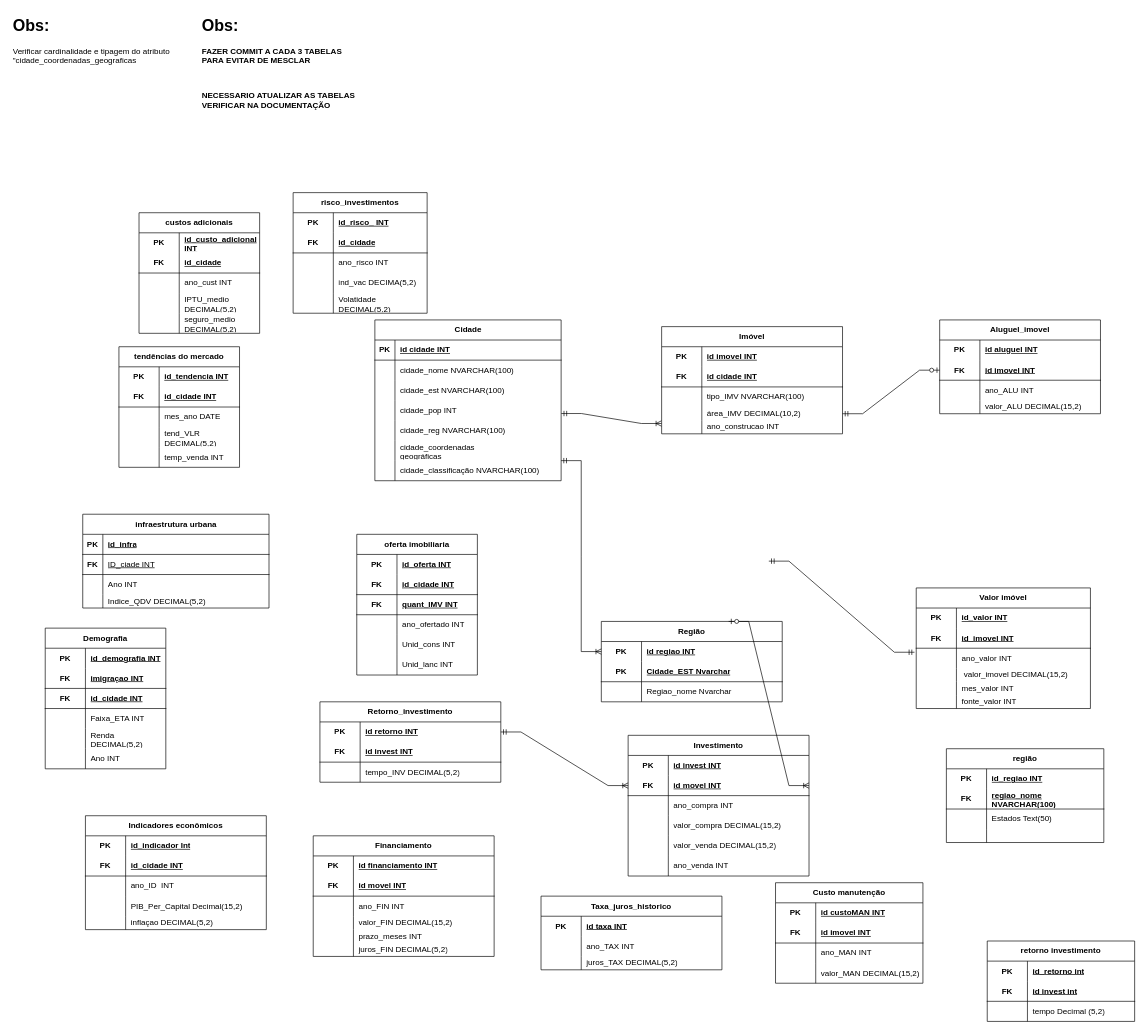
This is GroupBy.drawio from Guilherme22B/Group_by, a draw.io file, before an edit. Source tidied: cells renumbered, new cells numbered last; positions are measured from the earlier drawing's top-left corner, leaving out a move shared by most shapes. Both pictures are drawn from the tidied source at 67%, with x=0, y=0 at pixel (11, 11).
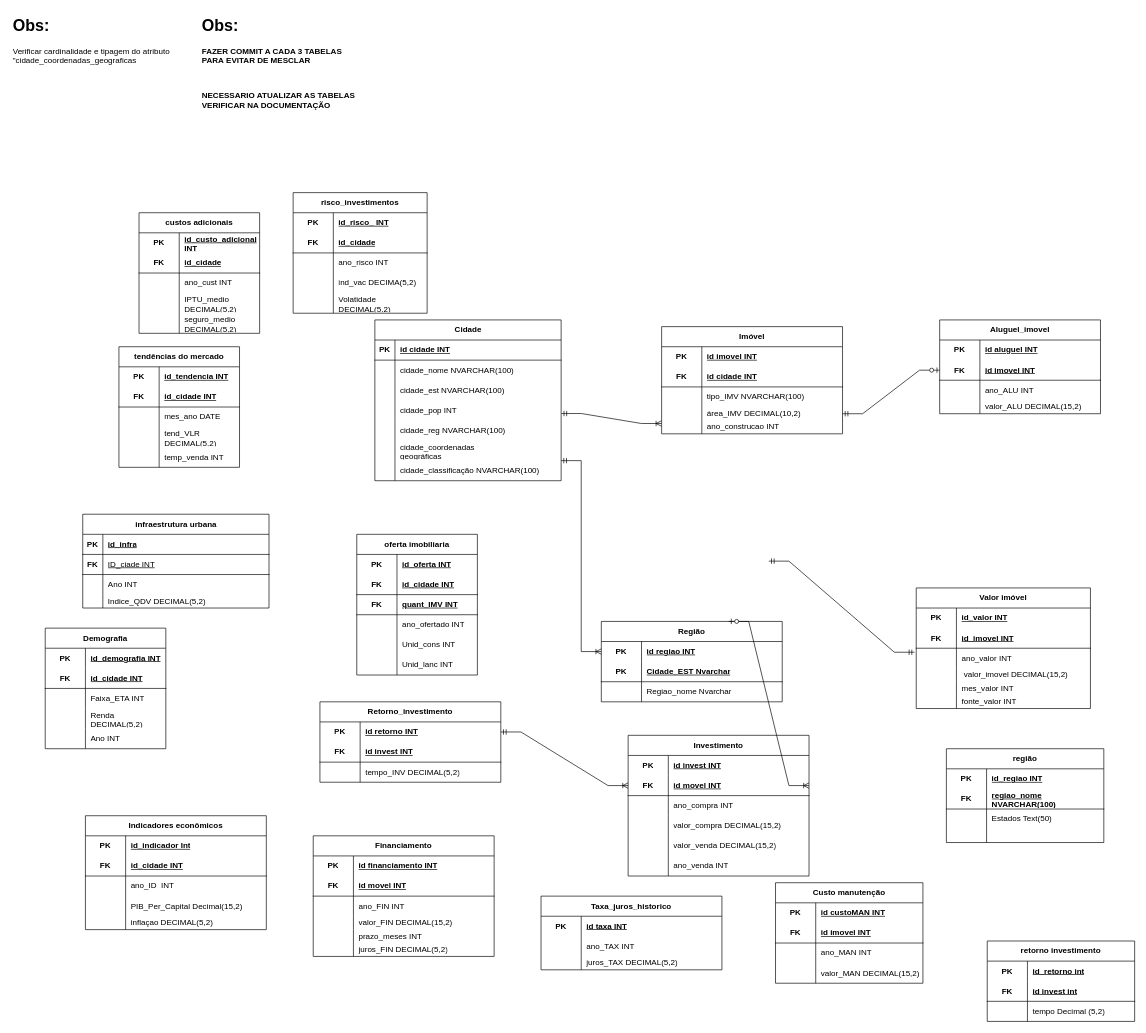
The same page after the edit.

Commit message:
tabela 13 alterado

What changed in the source:
```diff
@@
     <mxCell id="214" value="Demografia" style="shape=table;startSize=30;childLayout=tableLayout;rowLines=0;fontStyle=1;align=center;html=1;whiteSpace=wrap;" parent="1" vertex="1">
-      <mxGeometry x="50" y="920" width="180" height="210" as="geometry" />
+      <mxGeometry x="50" y="920" width="180" height="180" as="geometry" />
     </mxCell>
@@
-    <mxCell id="218" style="shape=tableRow;horizontal=0;startSize=0;swimlaneHead=0;swimlaneBody=0;fillColor=none;top=0;left=0;right=0;bottom=1;html=1;" parent="214" vertex="1">
-      <mxGeometry y="60" width="180" height="30" as="geometry" />
-    </mxCell>
-    <mxCell id="219" value="FK" style="shape=partialRectangle;fillColor=none;top=0;left=0;bottom=0;right=0;fontStyle=1;overflow=hidden;html=1;whiteSpace=wrap;" parent="218" vertex="1">
-      <mxGeometry width="60" height="30" as="geometry" />
-    </mxCell>
-    <mxCell id="220" value="imigraçao INT" style="shape=partialRectangle;fillColor=none;top=0;left=0;bottom=0;right=0;align=left;spacingLeft=6;fontStyle=5;overflow=hidden;html=1;whiteSpace=wrap;" parent="218" vertex="1">
-      <mxGeometry x="60" width="120" height="30" as="geometry" />
-    </mxCell>
     <mxCell id="221" style="shape=tableRow;horizontal=0;startSize=0;swimlaneHead=0;swimlaneBody=0;fillColor=none;top=0;left=0;right=0;bottom=1;html=1;" parent="214" vertex="1">
-      <mxGeometry y="90" width="180" height="30" as="geometry" />
+      <mxGeometry y="60" width="180" height="30" as="geometry" />
     </mxCell>
@@
     <mxCell id="224" style="shape=tableRow;horizontal=0;startSize=0;swimlaneHead=0;swimlaneBody=0;fillColor=none;top=0;left=0;right=0;bottom=0;html=1;" parent="214" vertex="1">
-      <mxGeometry y="120" width="180" height="30" as="geometry" />
+      <mxGeometry y="90" width="180" height="30" as="geometry" />
     </mxCell>
@@
     <mxCell id="227" style="shape=tableRow;horizontal=0;startSize=0;swimlaneHead=0;swimlaneBody=0;fillColor=none;top=0;left=0;right=0;bottom=0;html=1;" parent="214" vertex="1">
-      <mxGeometry y="150" width="180" height="30" as="geometry" />
+      <mxGeometry y="120" width="180" height="30" as="geometry" />
     </mxCell>
@@
     <mxCell id="230" style="shape=tableRow;horizontal=0;startSize=0;swimlaneHead=0;swimlaneBody=0;fillColor=none;top=0;left=0;right=0;bottom=0;html=1;" parent="214" vertex="1">
-      <mxGeometry y="180" width="180" height="30" as="geometry" />
+      <mxGeometry y="150" width="180" height="30" as="geometry" />
     </mxCell>
```
